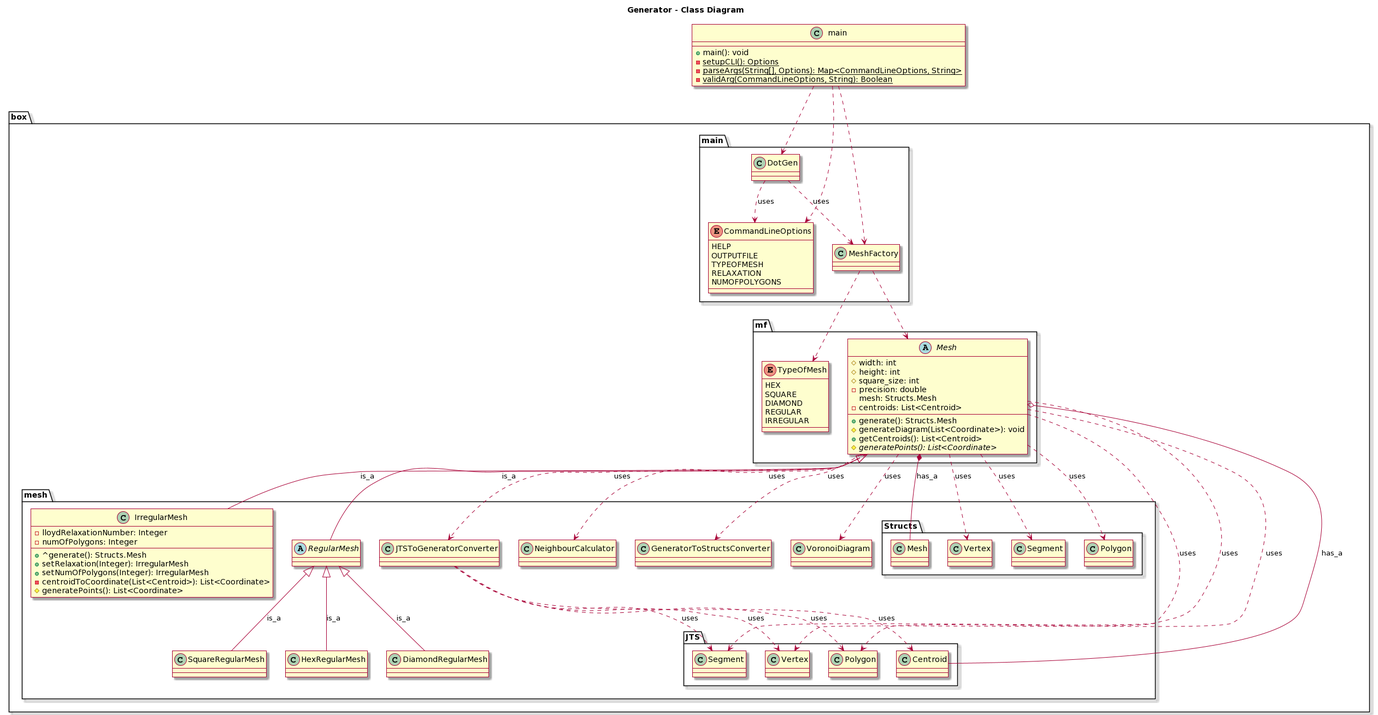
This is umlDiagrams/part3Generator.png from itshady/Island-Generator, a PlantUML export, as it was before one commit. The source it was exported from:
```plantuml
@startuml
skin rose

title Generator - Class Diagram

page 5x5
skinparam pageMargin 10
skinparam pageExternalColor gray
skinparam pageBorderColor black


namespace box.main {
   class .main {
     +main(): void
    -{static} setupCLI(): Options
    -{static} parseArgs(String[], Options): Map<CommandLineOptions, String>
    -{static} validArg(CommandLineOptions, String): Boolean
   }
   enum box.main.CommandLineOptions {
    HELP
    OUTPUTFILE
    TYPEOFMESH
    RELAXATION
    NUMOFPOLYGONS
   }
  .main ..> box.main.DotGen
  .main ..> box.main.MeshFactory
  .main ..> box.main.CommandLineOptions

  box.main.DotGen ..> box.main.CommandLineOptions: "uses"
  box.main.DotGen ..> box.main.MeshFactory: "uses"
}

namespace box.mesh.JTS {
  box.mesh.JTSToGeneratorConverter ..> box.mesh.JTS.Vertex: "uses"
  box.mesh.JTSToGeneratorConverter ..> box.mesh.JTS.Segment: "uses"
  box.mesh.JTSToGeneratorConverter ..> box.mesh.JTS.Polygon: "uses"
  box.mesh.JTSToGeneratorConverter ..> box.mesh.JTS.Centroid: "uses"
}

namespace box.mf {
  enum box.mf.TypeOfMesh {
    HEX
    SQUARE
    DIAMOND
    REGULAR
    IRREGULAR
  }
  abstract class box.mf.Mesh {
    #width: int
    #height: int
    #square_size: int
    -precision: double
    mesh: Structs.Mesh
    -centroids: List<Centroid>
    +generate(): Structs.Mesh
    #generateDiagram(List<Coordinate>): void
    +getCentroids(): List<Centroid>
    #{abstract} generatePoints(): List<Coordinate>
  }
  box.main.MeshFactory ..> box.mf.Mesh
  box.main.MeshFactory ..> box.mf.TypeOfMesh
}

namespace box.mesh {
  class box.mesh.IrregularMesh {
    -lloydRelaxationNumber: Integer
    -numOfPolygons: Integer
    +^generate(): Structs.Mesh
    +setRelaxation(Integer): IrregularMesh
    +setNumOfPolygons(Integer): IrregularMesh
    -centroidToCoordinate(List<Centroid>): List<Coordinate>
    #generatePoints(): List<Coordinate>
  }
  abstract class box.mesh.RegularMesh
  class box.mesh.SquareRegularMesh
  class box.mesh.HexRegularMesh
  class box.mesh.DiamondRegularMesh

  box.mf.Mesh <|-- box.mesh.IrregularMesh: "is_a"
  box.mf.Mesh <|-- box.mesh.RegularMesh: "is_a"
  box.mesh.RegularMesh <|-- box.mesh.SquareRegularMesh: "is_a"
  box.mesh.RegularMesh <|-- box.mesh.HexRegularMesh: "is_a"
  box.mesh.RegularMesh <|-- box.mesh.DiamondRegularMesh: "is_a"
  box.mf.Mesh *-- box.mesh.Structs.Mesh: "has_a"
  box.mf.Mesh o-- box.mesh.JTS.Centroid: "has_a"
  box.mf.Mesh ..> box.mesh.JTSToGeneratorConverter: "uses"
  box.mf.Mesh ..> box.mesh.NeighbourCalculator: "uses"
  box.mf.Mesh ..> box.mesh.GeneratorToStructsConverter: "uses"
  box.mf.Mesh ..> box.mesh.Structs.Vertex: "uses"
  box.mf.Mesh ..> box.mesh.Structs.Segment: "uses"
  box.mf.Mesh ..> box.mesh.Structs.Polygon: "uses"
  box.mf.Mesh ..> box.mesh.JTS.Vertex: "uses"
  box.mf.Mesh ..> box.mesh.JTS.Segment: "uses"
  box.mf.Mesh ..> box.mesh.JTS.Polygon: "uses"
  box.mf.Mesh ..> box.mesh.VoronoiDiagram: "uses"
}
@enduml
```
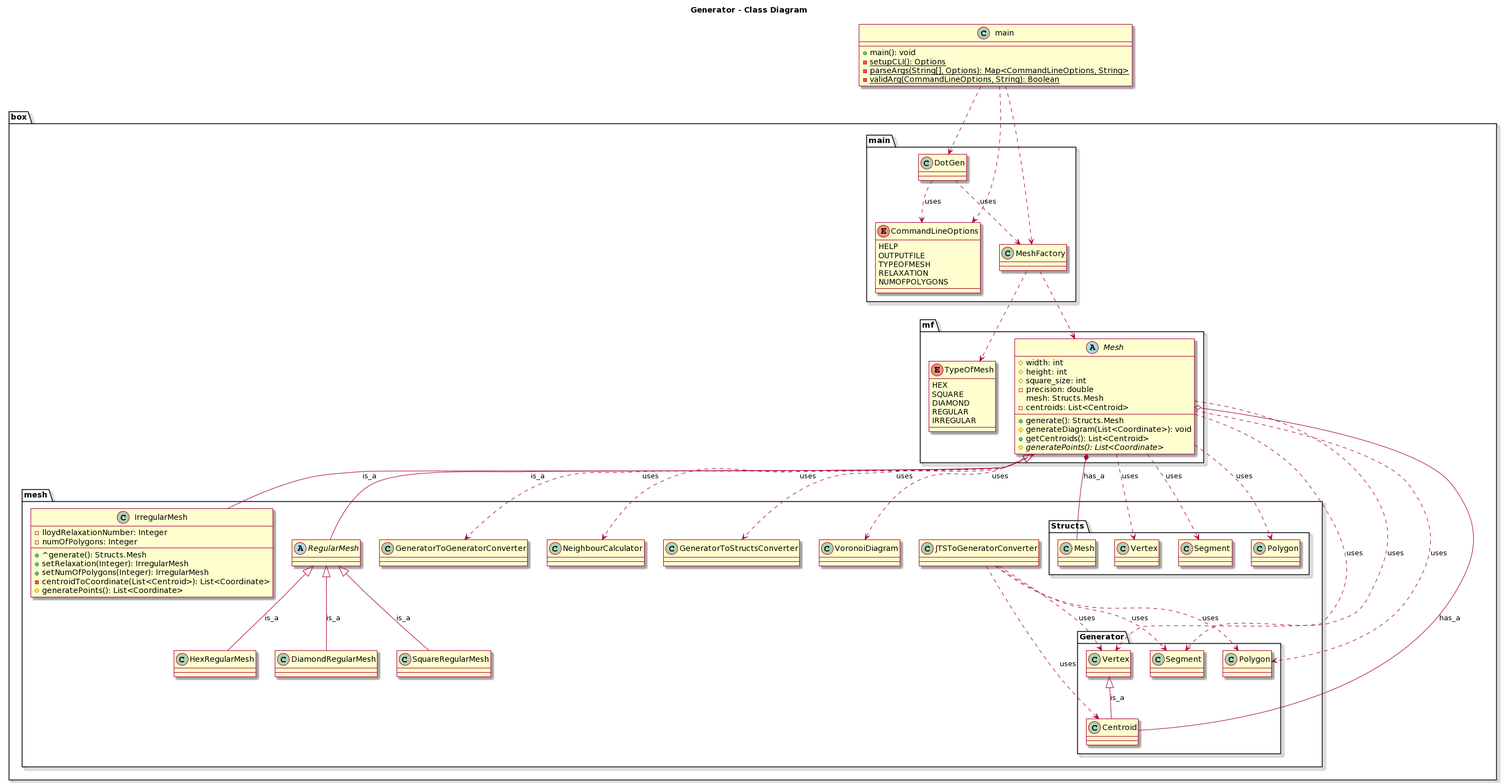
The same file after the commit.

Commit message:
Updated generator UML with Centroid change and renamed JTS to Generator

What changed in the source:
```diff
@@ -31,11 +31,12 @@
   box.main.DotGen ..> box.main.MeshFactory: "uses"
 }
 
-namespace box.mesh.JTS {
-  box.mesh.JTSToGeneratorConverter ..> box.mesh.JTS.Vertex: "uses"
-  box.mesh.JTSToGeneratorConverter ..> box.mesh.JTS.Segment: "uses"
-  box.mesh.JTSToGeneratorConverter ..> box.mesh.JTS.Polygon: "uses"
-  box.mesh.JTSToGeneratorConverter ..> box.mesh.JTS.Centroid: "uses"
+namespace box.mesh.Generator {
+  box.mesh.JTSToGeneratorConverter ..> box.mesh.Generator.Vertex: "uses"
+  box.mesh.JTSToGeneratorConverter ..> box.mesh.Generator.Segment: "uses"
+  box.mesh.JTSToGeneratorConverter ..> box.mesh.Generator.Polygon: "uses"
+  box.mesh.JTSToGeneratorConverter ..> box.mesh.Generator.Centroid: "uses"
+  box.mesh.Generator.Vertex <|-- box.mesh.Generator.Centroid: "is_a"
 }
 
 namespace box.mf {
@@ -83,16 +84,16 @@
   box.mesh.RegularMesh <|-- box.mesh.HexRegularMesh: "is_a"
   box.mesh.RegularMesh <|-- box.mesh.DiamondRegularMesh: "is_a"
   box.mf.Mesh *-- box.mesh.Structs.Mesh: "has_a"
-  box.mf.Mesh o-- box.mesh.JTS.Centroid: "has_a"
-  box.mf.Mesh ..> box.mesh.JTSToGeneratorConverter: "uses"
+  box.mf.Mesh o-- box.mesh.Generator.Centroid: "has_a"
+  box.mf.Mesh ..> box.mesh.GeneratorToGeneratorConverter: "uses"
   box.mf.Mesh ..> box.mesh.NeighbourCalculator: "uses"
   box.mf.Mesh ..> box.mesh.GeneratorToStructsConverter: "uses"
   box.mf.Mesh ..> box.mesh.Structs.Vertex: "uses"
   box.mf.Mesh ..> box.mesh.Structs.Segment: "uses"
   box.mf.Mesh ..> box.mesh.Structs.Polygon: "uses"
-  box.mf.Mesh ..> box.mesh.JTS.Vertex: "uses"
-  box.mf.Mesh ..> box.mesh.JTS.Segment: "uses"
-  box.mf.Mesh ..> box.mesh.JTS.Polygon: "uses"
+  box.mf.Mesh ..> box.mesh.Generator.Vertex: "uses"
+  box.mf.Mesh ..> box.mesh.Generator.Segment: "uses"
+  box.mf.Mesh ..> box.mesh.Generator.Polygon: "uses"
   box.mf.Mesh ..> box.mesh.VoronoiDiagram: "uses"
 }
 @enduml
```
